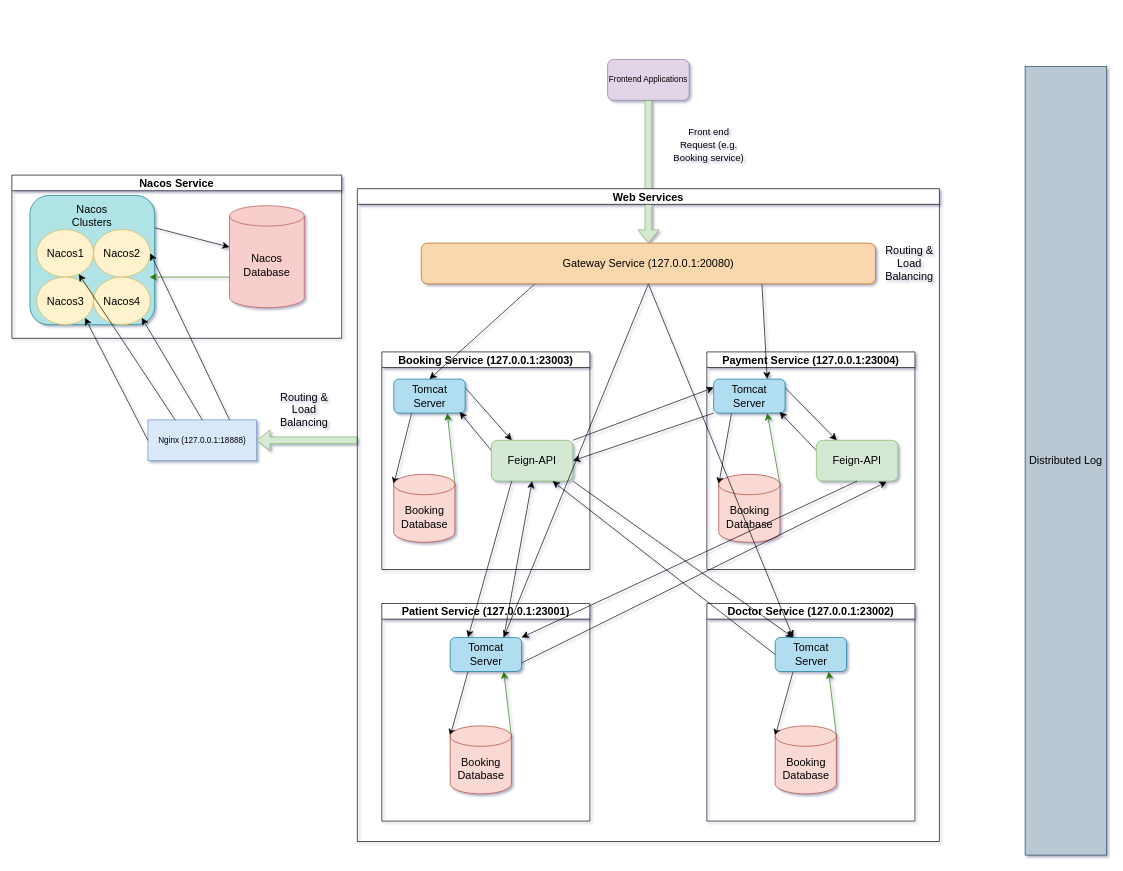
Above: examples/drawio/XMLs/iCare-main.drawio in levihuayuzhang/icare (draw.io), before the change. Source tidied: cells renumbered, new cells numbered last; positions are measured from the earlier drawing's top-left corner, leaving out a move shared by most shapes. Both pictures are drawn from the tidied source at 68%, with x=0, y=0 at pixel (12, 59).
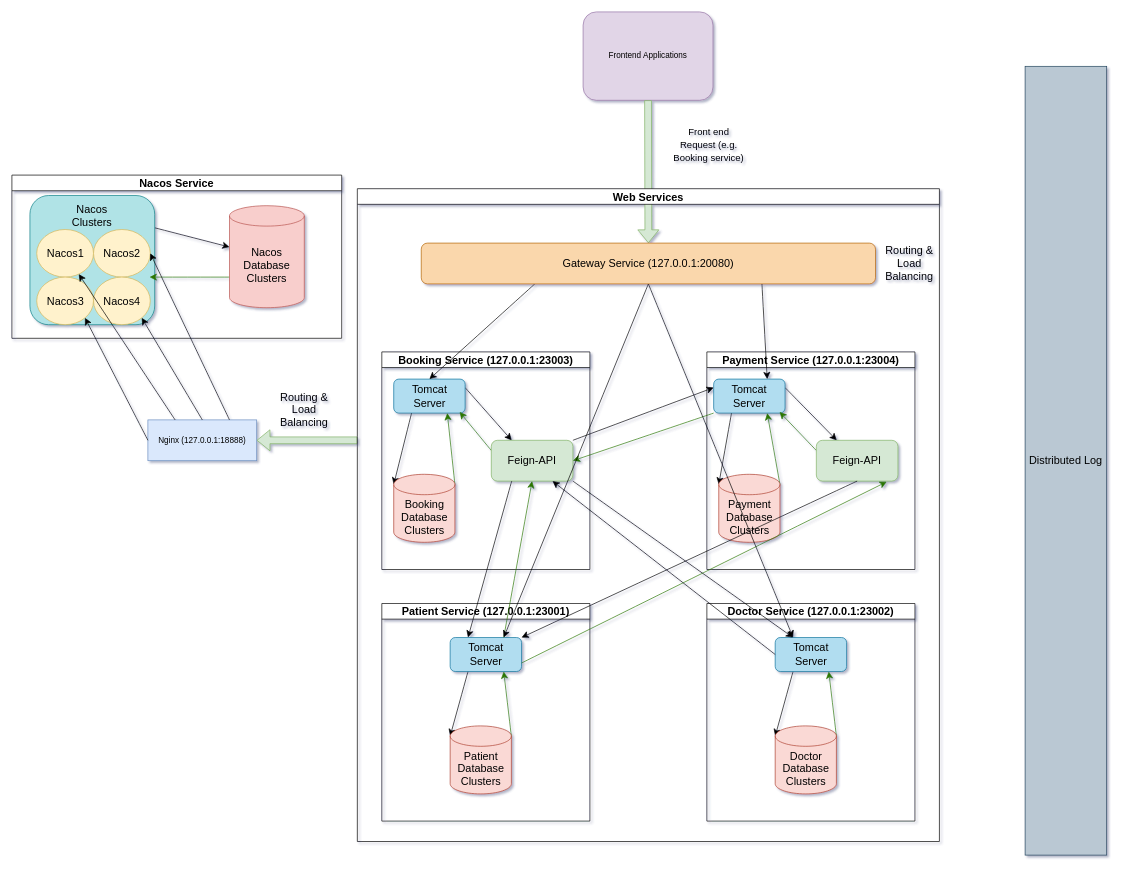
The same diagram, later.

Commit message (it also covers changes not shown here):
update diagram: change return data flow to green

Unchanged cells that the change refers to:
```xml
<mxCell id="7" value="Nacos Service" style="swimlane;whiteSpace=wrap;html=1;fontSize=16;" parent="1" vertex="1">
  <mxGeometry y="170" width="485" height="240" as="geometry" />
</mxCell>
<mxCell id="17" value="Web Services" style="swimlane;whiteSpace=wrap;html=1;fontSize=16;" parent="1" vertex="1">
  <mxGeometry x="508" y="190" width="856" height="960" as="geometry" />
</mxCell>
<mxCell id="18" value="Booking Service (127.0.0.1:23003)" style="swimlane;whiteSpace=wrap;html=1;fontSize=16;" parent="17" vertex="1">
  <mxGeometry x="36" y="240" width="306" height="320" as="geometry" />
</mxCell>
<mxCell id="21" value="Tomcat Server" style="rounded=1;whiteSpace=wrap;html=1;fontSize=16;fillColor=#b1ddf0;strokeColor=#10739e;" parent="18" vertex="1">
  <mxGeometry x="17.5" y="40" width="105" height="50" as="geometry" />
</mxCell>
<mxCell id="25" value="Feign-API" style="rounded=1;whiteSpace=wrap;html=1;fontSize=16;fillColor=#d5e8d4;strokeColor=#82b366;" parent="18" vertex="1">
  <mxGeometry x="161" y="130" width="120" height="60" as="geometry" />
</mxCell>
<mxCell id="26" value="Payment Service (127.0.0.1:23004)" style="swimlane;whiteSpace=wrap;html=1;fontSize=16;" parent="17" vertex="1">
  <mxGeometry x="514" y="240" width="306" height="320" as="geometry" />
</mxCell>
<mxCell id="29" value="Tomcat Server" style="rounded=1;whiteSpace=wrap;html=1;fontSize=16;fillColor=#b1ddf0;strokeColor=#10739e;" parent="26" vertex="1">
  <mxGeometry x="10" y="40" width="105" height="50" as="geometry" />
</mxCell>
<mxCell id="33" value="Feign-API" style="rounded=1;whiteSpace=wrap;html=1;fontSize=16;fillColor=#d5e8d4;strokeColor=#82b366;" parent="26" vertex="1">
  <mxGeometry x="161" y="130" width="120" height="60" as="geometry" />
</mxCell>
<mxCell id="34" value="Patient Service (127.0.0.1:23001)" style="swimlane;whiteSpace=wrap;html=1;fontSize=16;" parent="17" vertex="1">
  <mxGeometry x="36" y="610" width="306" height="320" as="geometry" />
</mxCell>
<mxCell id="36" value="Tomcat Server" style="rounded=1;whiteSpace=wrap;html=1;fontSize=16;fillColor=#b1ddf0;strokeColor=#10739e;" parent="34" vertex="1">
  <mxGeometry x="100.5" y="50" width="105" height="50" as="geometry" />
</mxCell>
<mxCell id="39" value="Doctor Service (127.0.0.1:23002)" style="swimlane;whiteSpace=wrap;html=1;fontSize=16;" parent="17" vertex="1">
  <mxGeometry x="514" y="610" width="306" height="320" as="geometry" />
</mxCell>
```

The edit, as a diff of the source:
```diff
@@
     <mxCell id="2" value="Frontend Applications" style="rounded=1;whiteSpace=wrap;html=1;fillColor=#e1d5e7;strokeColor=#9673a6;" parent="1" vertex="1">
-      <mxGeometry x="876" width="120" height="60" as="geometry" />
+      <mxGeometry x="840" y="-70" width="191" height="130" as="geometry" />
     </mxCell>
@@
-    <mxCell id="11" value="Nacos Database" style="shape=cylinder3;whiteSpace=wrap;html=1;boundedLbl=1;backgroundOutline=1;size=15;fontSize=16;fillColor=#f8cecc;strokeColor=#b85450;" parent="7" vertex="1">
+    <mxCell id="11" value="Nacos Database&lt;br&gt;Clusters" style="shape=cylinder3;whiteSpace=wrap;html=1;boundedLbl=1;backgroundOutline=1;size=15;fontSize=16;fillColor=#f8cecc;strokeColor=#b85450;" parent="7" vertex="1">
       <mxGeometry x="320" y="45" width="110" height="150" as="geometry" />
     </mxCell>
@@
-    <mxCell id="23" value="Booking Database" style="shape=cylinder3;whiteSpace=wrap;html=1;boundedLbl=1;backgroundOutline=1;size=15;fontSize=16;fillColor=#fad9d5;strokeColor=#ae4132;" parent="18" vertex="1">
+    <mxCell id="23" value="Booking Database&lt;br&gt;Clusters" style="shape=cylinder3;whiteSpace=wrap;html=1;boundedLbl=1;backgroundOutline=1;size=15;fontSize=16;fillColor=#fad9d5;strokeColor=#ae4132;" parent="18" vertex="1">
       <mxGeometry x="17.5" y="180" width="90" height="100" as="geometry" />
     </mxCell>
-    <mxCell id="24" style="edgeStyle=none;curved=1;rounded=0;jettySize=auto;html=1;exitX=0;exitY=0.25;exitDx=0;exitDy=0;entryX=0.923;entryY=0.967;entryDx=0;entryDy=0;entryPerimeter=0;fontSize=12;startSize=8;endSize=8;" parent="18" edge="1" source="25" target="21">
+    <mxCell id="24" style="edgeStyle=none;curved=1;rounded=0;jettySize=auto;html=1;exitX=0;exitY=0.25;exitDx=0;exitDy=0;entryX=0.923;entryY=0.967;entryDx=0;entryDy=0;entryPerimeter=0;fontSize=12;startSize=8;endSize=8;fillColor=#60a917;strokeColor=#2D7600;" parent="18" edge="1" source="25" target="21">
       <mxGeometry relative="1" as="geometry" />
     </mxCell>
@@
-    <mxCell id="31" value="Booking Database" style="shape=cylinder3;whiteSpace=wrap;html=1;boundedLbl=1;backgroundOutline=1;size=15;fontSize=16;fillColor=#fad9d5;strokeColor=#ae4132;" parent="26" vertex="1">
+    <mxCell id="31" value="Payment Database&lt;br&gt;Clusters" style="shape=cylinder3;whiteSpace=wrap;html=1;boundedLbl=1;backgroundOutline=1;size=15;fontSize=16;fillColor=#fad9d5;strokeColor=#ae4132;" parent="26" vertex="1">
       <mxGeometry x="17.5" y="180" width="90" height="100" as="geometry" />
     </mxCell>
-    <mxCell id="32" style="edgeStyle=none;curved=1;rounded=0;jettySize=auto;html=1;exitX=0;exitY=0.25;exitDx=0;exitDy=0;entryX=0.923;entryY=0.967;entryDx=0;entryDy=0;entryPerimeter=0;fontSize=12;startSize=8;endSize=8;" parent="26" edge="1" source="33" target="29">
+    <mxCell id="32" style="edgeStyle=none;curved=1;rounded=0;jettySize=auto;html=1;exitX=0;exitY=0.25;exitDx=0;exitDy=0;entryX=0.923;entryY=0.967;entryDx=0;entryDy=0;entryPerimeter=0;fontSize=12;startSize=8;endSize=8;fillColor=#60a917;strokeColor=#2D7600;" parent="26" edge="1" source="33" target="29">
       <mxGeometry relative="1" as="geometry" />
     </mxCell>
@@
-    <mxCell id="38" value="Booking Database" style="shape=cylinder3;whiteSpace=wrap;html=1;boundedLbl=1;backgroundOutline=1;size=15;fontSize=16;fillColor=#fad9d5;strokeColor=#ae4132;" parent="34" vertex="1">
+    <mxCell id="38" value="Patient Database&lt;br&gt;Clusters" style="shape=cylinder3;whiteSpace=wrap;html=1;boundedLbl=1;backgroundOutline=1;size=15;fontSize=16;fillColor=#fad9d5;strokeColor=#ae4132;" parent="34" vertex="1">
       <mxGeometry x="100.5" y="180" width="90" height="100" as="geometry" />
     </mxCell>
@@
-    <mxCell id="43" value="Booking Database" style="shape=cylinder3;whiteSpace=wrap;html=1;boundedLbl=1;backgroundOutline=1;size=15;fontSize=16;fillColor=#fad9d5;strokeColor=#ae4132;" parent="39" vertex="1">
+    <mxCell id="43" value="Doctor Database&lt;br&gt;Clusters" style="shape=cylinder3;whiteSpace=wrap;html=1;boundedLbl=1;backgroundOutline=1;size=15;fontSize=16;fillColor=#fad9d5;strokeColor=#ae4132;" parent="39" vertex="1">
       <mxGeometry x="100.5" y="180" width="90" height="100" as="geometry" />
     </mxCell>
@@
-    <mxCell id="45" style="edgeStyle=none;curved=1;rounded=0;jettySize=auto;html=1;exitX=0.75;exitY=0;exitDx=0;exitDy=0;entryX=0.5;entryY=1;entryDx=0;entryDy=0;fontSize=12;startSize=8;endSize=8;" parent="17" edge="1" source="36" target="25">
+    <mxCell id="45" style="edgeStyle=none;curved=1;rounded=0;jettySize=auto;html=1;exitX=0.75;exitY=0;exitDx=0;exitDy=0;entryX=0.5;entryY=1;entryDx=0;entryDy=0;fontSize=12;startSize=8;endSize=8;fillColor=#60a917;strokeColor=#2D7600;" parent="17" edge="1" source="36" target="25">
       <mxGeometry relative="1" as="geometry" />
     </mxCell>
@@
-    <mxCell id="49" style="edgeStyle=none;curved=1;rounded=0;jettySize=auto;html=1;exitX=1;exitY=0.75;exitDx=0;exitDy=0;entryX=0.862;entryY=1.017;entryDx=0;entryDy=0;entryPerimeter=0;fontSize=12;startSize=8;endSize=8;" parent="17" edge="1" source="36" target="33">
+    <mxCell id="49" style="edgeStyle=none;curved=1;rounded=0;jettySize=auto;html=1;exitX=1;exitY=0.75;exitDx=0;exitDy=0;entryX=0.862;entryY=1.017;entryDx=0;entryDy=0;entryPerimeter=0;fontSize=12;startSize=8;endSize=8;fillColor=#60a917;strokeColor=#2D7600;" parent="17" edge="1" source="36" target="33">
       <mxGeometry relative="1" as="geometry" />
     </mxCell>
@@
-    <mxCell id="51" style="edgeStyle=none;curved=1;rounded=0;jettySize=auto;html=1;exitX=0;exitY=1;exitDx=0;exitDy=0;entryX=1;entryY=0.5;entryDx=0;entryDy=0;fontSize=12;startSize=8;endSize=8;" parent="17" edge="1" source="29" target="25">
+    <mxCell id="51" style="edgeStyle=none;curved=1;rounded=0;jettySize=auto;html=1;exitX=0;exitY=1;exitDx=0;exitDy=0;entryX=1;entryY=0.5;entryDx=0;entryDy=0;fontSize=12;startSize=8;endSize=8;fillColor=#60a917;strokeColor=#2D7600;" parent="17" edge="1" source="29" target="25">
       <mxGeometry relative="1" as="geometry" />
     </mxCell>
```
